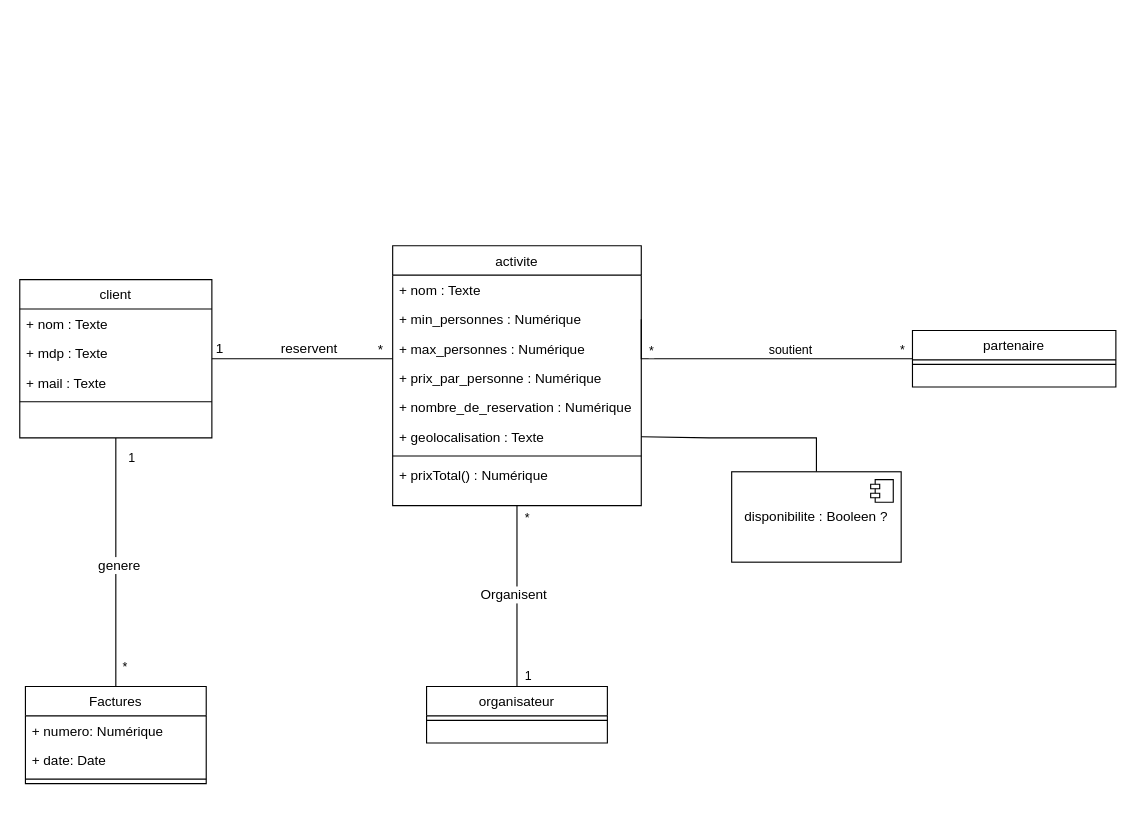
The draw.io diagram Diagramme sans nom.drawio in Jeremy-Cloarec/back-mystifolie, before the edit. Source tidied: cells renumbered, new cells numbered last; positions are measured from the earlier drawing's top-left corner, leaving out a move shared by most shapes. Both pictures are drawn from the tidied source at 113%, with x=0, y=0 at pixel (19, 245).
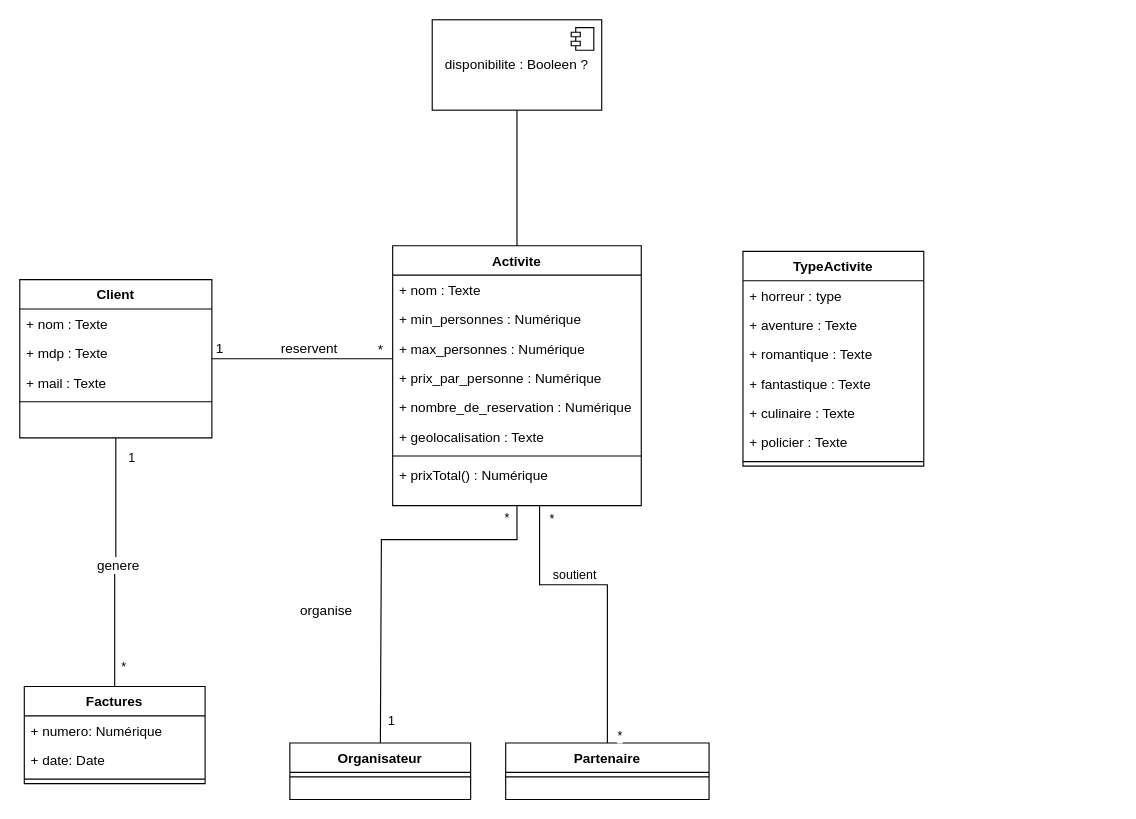
The same page after the edit.

Unchanged cells that the change refers to:
```xml
<mxCell id="25" value="+ min_personnes : Numérique" style="text;align=left;verticalAlign=top;spacingLeft=4;spacingRight=4;overflow=hidden;points=[[0,0.5],[1,0.5]];portConstraint=eastwest;rounded=0;shadow=0;html=0;" parent="23" vertex="1">
  <mxGeometry y="52" width="220" height="26" as="geometry" />
</mxCell>
<mxCell id="29" value="+ geolocalisation : Texte" style="text;align=left;verticalAlign=top;spacingLeft=4;spacingRight=4;overflow=hidden;points=[[0,0.5],[1,0.5]];portConstraint=eastwest;" parent="23" vertex="1">
  <mxGeometry y="156" width="220" height="26" as="geometry" />
</mxCell>
```

What changed in the source:
```diff
@@
-    <mxCell id="2" value="partenaire" style="swimlane;fontStyle=0;align=center;verticalAlign=top;horizontal=1;startSize=26;rounded=0;shadow=0;strokeWidth=1;" parent="1" vertex="1">
-      <mxGeometry x="790" y="75" width="180" height="50" as="geometry" />
+    <mxCell id="2" value="Partenaire" style="swimlane;fontStyle=1;align=center;verticalAlign=top;horizontal=1;startSize=26;rounded=0;shadow=0;strokeWidth=1;" parent="1" vertex="1">
+      <mxGeometry x="430" y="440" width="180" height="50" as="geometry" />
     </mxCell>
@@
-    <mxCell id="4" value="client" style="swimlane;fontStyle=0;align=center;verticalAlign=top;horizontal=1;startSize=26;rounded=0;shadow=0;strokeWidth=1;" parent="1" vertex="1">
+    <mxCell id="4" value="Client" style="swimlane;fontStyle=1;align=center;verticalAlign=top;horizontal=1;startSize=26;rounded=0;shadow=0;strokeWidth=1;" parent="1" vertex="1">
       <mxGeometry y="30" width="170" height="140" as="geometry" />
     </mxCell>
@@
-    <mxCell id="9" value="Factures" style="swimlane;fontStyle=0;align=center;verticalAlign=top;horizontal=1;startSize=26;rounded=0;shadow=0;strokeWidth=1;" parent="1" vertex="1">
-      <mxGeometry x="5" y="390" width="160" height="86" as="geometry" />
+    <mxCell id="9" value="Factures" style="swimlane;fontStyle=1;align=center;verticalAlign=top;horizontal=1;startSize=26;rounded=0;shadow=0;strokeWidth=1;" parent="1" vertex="1">
+      <mxGeometry x="4" y="390" width="160" height="86" as="geometry" />
     </mxCell>
@@
-    <mxCell id="17" style="edgeStyle=none;curved=1;rounded=0;jettySize=auto;html=1;fontSize=12;startSize=8;endSize=8;entryX=0.5;entryY=1;entryDx=0;entryDy=0;endArrow=none;endFill=0;" parent="1" edge="1" source="21" target="23">
-      <mxGeometry relative="1" as="geometry" />
+    <mxCell id="17" style="edgeStyle=none;curved=0;rounded=0;jettySize=auto;html=1;fontSize=12;startSize=8;endSize=8;entryX=0.5;entryY=1;entryDx=0;entryDy=0;endArrow=none;endFill=0;" parent="1" edge="1" source="21" target="23">
+      <mxGeometry relative="1" as="geometry">
+        <Array as="points">
+          <mxPoint x="320" y="260" />
+          <mxPoint x="400" y="260" />
+          <mxPoint x="440" y="260" />
+        </Array>
+      </mxGeometry>
     </mxCell>
-    <mxCell id="18" value="Organisent" style="edgeLabel;html=1;align=center;verticalAlign=middle;fontSize=12;" parent="17" vertex="1">
-      <mxGeometry x="0.03" y="4" relative="1" as="geometry" />
+    <mxCell id="18" value="organise" style="edgeLabel;html=1;align=center;verticalAlign=middle;fontSize=12;" parent="17" vertex="1">
+      <mxGeometry x="0.03" y="4" relative="1" as="geometry">
+        <mxPoint x="-45" y="53" as="offset" />
+      </mxGeometry>
     </mxCell>
     <mxCell id="19" value="*" style="edgeLabel;html=1;align=center;verticalAlign=middle;" parent="17" vertex="1">
       <mxGeometry x="0.87" relative="1" as="geometry">
-        <mxPoint x="8" as="offset" />
+        <mxPoint x="-10" y="-11" as="offset" />
       </mxGeometry>
     </mxCell>
@@
-    <mxCell id="21" value="organisateur" style="swimlane;fontStyle=0;align=center;verticalAlign=top;horizontal=1;startSize=26;rounded=0;shadow=0;strokeWidth=1;" parent="1" vertex="1">
-      <mxGeometry x="360" y="390" width="160" height="50" as="geometry" />
+    <mxCell id="21" value="Organisateur" style="swimlane;fontStyle=1;align=center;verticalAlign=top;horizontal=1;startSize=26;rounded=0;shadow=0;strokeWidth=1;" parent="1" vertex="1">
+      <mxGeometry x="239" y="440" width="160" height="50" as="geometry" />
     </mxCell>
@@
-    <mxCell id="23" value="activite" style="swimlane;fontStyle=0;align=center;verticalAlign=top;horizontal=1;startSize=26;rounded=0;shadow=0;strokeWidth=1;" parent="1" vertex="1">
+    <mxCell id="23" value="Activite" style="swimlane;fontStyle=1;align=center;verticalAlign=top;horizontal=1;startSize=26;rounded=0;shadow=0;strokeWidth=1;" parent="1" vertex="1">
       <mxGeometry x="330" width="220" height="230" as="geometry" />
     </mxCell>
@@
-    <mxCell id="36" style="edgeStyle=orthogonalEdgeStyle;rounded=0;jettySize=auto;html=1;entryX=1;entryY=0.5;entryDx=0;entryDy=0;endArrow=none;endFill=0;" parent="1" edge="1" source="37" target="29">
+    <mxCell id="36" style="edgeStyle=orthogonalEdgeStyle;rounded=0;jettySize=auto;html=1;endArrow=none;endFill=0;entryX=0.5;entryY=0;entryDx=0;entryDy=0;exitX=0.369;exitY=0.99;exitDx=0;exitDy=0;exitPerimeter=0;" parent="1" edge="1" source="37" target="23">
       <mxGeometry relative="1" as="geometry">
         <Array as="points">
-          <mxPoint x="610" y="170" />
-          <mxPoint x="530" y="170" />
+          <mxPoint x="440" y="-151" />
         </Array>
       </mxGeometry>
     </mxCell>
     <mxCell id="37" value="&lt;span style=&quot;text-align: left; text-wrap: nowrap;&quot;&gt;disponibilite : Booleen ?&lt;/span&gt;" style="html=1;whiteSpace=wrap;" parent="1" vertex="1">
-      <mxGeometry x="630" y="200" width="150" height="80" as="geometry" />
+      <mxGeometry x="365" y="-200" width="150" height="80" as="geometry" />
     </mxCell>
@@
-    <mxCell id="39" style="edgeStyle=orthogonalEdgeStyle;rounded=0;jettySize=auto;html=1;entryX=1;entryY=0.5;entryDx=0;entryDy=0;endArrow=none;endFill=0;" parent="1" edge="1" source="2" target="25">
+    <mxCell id="39" style="edgeStyle=orthogonalEdgeStyle;rounded=0;jettySize=auto;html=1;endArrow=none;endFill=0;entryX=0.5;entryY=1;entryDx=0;entryDy=0;" parent="1" edge="1" source="2">
       <mxGeometry relative="1" as="geometry">
+        <mxPoint x="460" y="229.8" as="targetPoint" />
         <Array as="points">
-          <mxPoint x="770" y="100" />
-          <mxPoint x="530" y="100" />
+          <mxPoint x="520" y="300" />
+          <mxPoint x="460" y="300" />
         </Array>
       </mxGeometry>
     </mxCell>
     <mxCell id="40" value="soutient" style="edgeLabel;html=1;align=center;verticalAlign=middle;" parent="39" vertex="1">
       <mxGeometry x="-0.21" y="1" relative="1" as="geometry">
-        <mxPoint y="-10" as="offset" />
+        <mxPoint x="-29" y="-43" as="offset" />
       </mxGeometry>
     </mxCell>
+    <mxCell id="42" value="*" style="edgeLabel;html=1;align=center;verticalAlign=middle;" parent="39" vertex="1">
+      <mxGeometry x="0.69" y="-1" relative="1" as="geometry">
+        <mxPoint x="9" y="-31" as="offset" />
+      </mxGeometry>
+    </mxCell>
-    <mxCell id="41" value="*" style="edgeLabel;html=1;align=center;verticalAlign=middle;" parent="39" vertex="1">
-      <mxGeometry x="-0.94" y="-1" relative="1" as="geometry">
-        <mxPoint x="-2" y="-8" as="offset" />
-      </mxGeometry>
+    <mxCell id="41" value="*" style="edgeLabel;html=1;align=center;verticalAlign=middle;" parent="1" vertex="1">
+      <mxGeometry x="530" y="433" as="geometry" />
     </mxCell>
-    <mxCell id="42" value="*" style="edgeLabel;html=1;align=center;verticalAlign=middle;" parent="39" vertex="1">
-      <mxGeometry x="0.69" y="-1" relative="1" as="geometry">
-        <mxPoint y="-7" as="offset" />
-      </mxGeometry>
-    </mxCell>
+    <mxCell id="43" value="TypeActivite" style="swimlane;fontStyle=1;align=center;verticalAlign=top;horizontal=1;startSize=26;whiteSpace=wrap;html=1;" parent="1" vertex="1">
+      <mxGeometry x="640" y="5" width="160" height="190" as="geometry" />
+    </mxCell>
+    <mxCell id="44" value="+ horreur : type" style="text;strokeColor=none;fillColor=none;align=left;verticalAlign=top;spacingLeft=4;spacingRight=4;overflow=hidden;whiteSpace=wrap;html=1;" parent="43" vertex="1">
+      <mxGeometry y="26" width="160" height="26" as="geometry" />
+    </mxCell>
+    <mxCell id="45" value="+ aventure : Texte" style="text;strokeColor=none;fillColor=none;align=left;verticalAlign=top;spacingLeft=4;spacingRight=4;overflow=hidden;whiteSpace=wrap;html=1;" parent="43" vertex="1">
+      <mxGeometry y="52" width="160" height="26" as="geometry" />
+    </mxCell>
+    <mxCell id="46" value="+ romantique : Texte" style="text;strokeColor=none;fillColor=none;align=left;verticalAlign=top;spacingLeft=4;spacingRight=4;overflow=hidden;whiteSpace=wrap;html=1;" parent="43" vertex="1">
+      <mxGeometry y="78" width="160" height="26" as="geometry" />
+    </mxCell>
+    <mxCell id="47" value="+ fantastique&lt;span style=&quot;background-color: initial;&quot;&gt;&amp;nbsp;: Texte&lt;/span&gt;" style="text;strokeColor=none;fillColor=none;align=left;verticalAlign=top;spacingLeft=4;spacingRight=4;overflow=hidden;whiteSpace=wrap;html=1;" parent="43" vertex="1">
+      <mxGeometry y="104" width="160" height="26" as="geometry" />
+    </mxCell>
+    <mxCell id="48" value="+ culinaire : Texte" style="text;strokeColor=none;fillColor=none;align=left;verticalAlign=top;spacingLeft=4;spacingRight=4;overflow=hidden;whiteSpace=wrap;html=1;" parent="43" vertex="1">
+      <mxGeometry y="130" width="160" height="26" as="geometry" />
+    </mxCell>
+    <mxCell id="49" value="+ policier : Texte" style="text;strokeColor=none;fillColor=none;align=left;verticalAlign=top;spacingLeft=4;spacingRight=4;overflow=hidden;whiteSpace=wrap;html=1;" parent="43" vertex="1">
+      <mxGeometry y="156" width="160" height="26" as="geometry" />
+    </mxCell>
+    <mxCell id="50" style="line;strokeWidth=1;fillColor=none;align=left;verticalAlign=middle;spacingTop=-1;spacingLeft=3;spacingRight=3;labelPosition=right;strokeColor=inherit;" parent="43" vertex="1">
+      <mxGeometry y="182" width="160" height="8" as="geometry" />
+    </mxCell>
```
